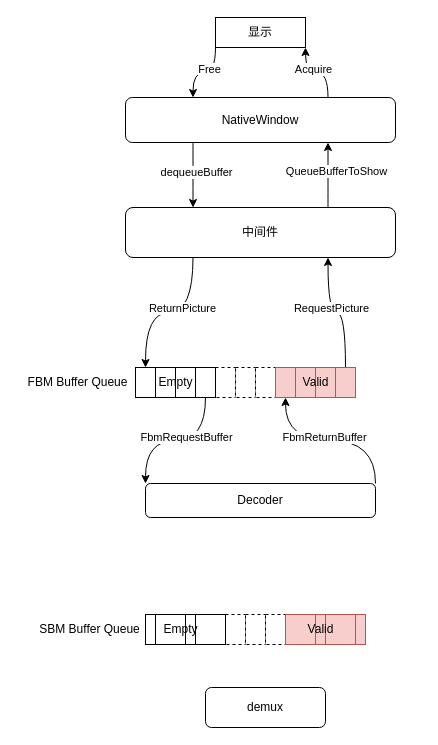
Before: 未命名绘图.drawio in qjzh0603/drawio, a draw.io diagram. Source tidied: cells renumbered, new cells numbered last; positions are measured from the earlier drawing's top-left corner, leaving out a move shared by most shapes. Both pictures are drawn from the tidied source at 100%, with x=0, y=0 at pixel (17, 17).
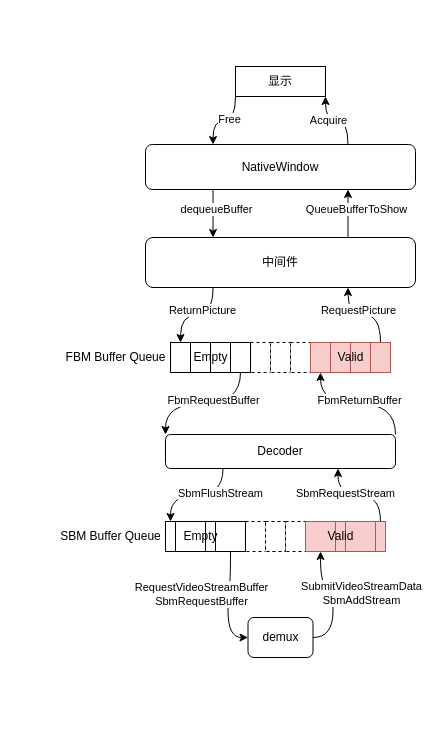
Above is the later version.

Commit message:
多媒体buffer流转图.drawio

The change refers to these unchanged cells:
```xml
<mxCell id="2" style="edgeStyle=orthogonalEdgeStyle;curved=1;rounded=0;jettySize=auto;html=1;exitX=0.75;exitY=0;exitDx=0;exitDy=0;entryX=0.75;entryY=1;entryDx=0;entryDy=0;" parent="1" edge="1" source="6" target="19">
  <mxGeometry relative="1" as="geometry" />
</mxCell>
<mxCell id="4" style="edgeStyle=orthogonalEdgeStyle;curved=1;rounded=0;jettySize=auto;html=1;exitX=0.25;exitY=1;exitDx=0;exitDy=0;entryX=0.5;entryY=0;entryDx=0;entryDy=0;" parent="1" edge="1" source="6" target="29">
  <mxGeometry relative="1" as="geometry" />
</mxCell>
<mxCell id="12" style="edgeStyle=orthogonalEdgeStyle;curved=1;rounded=0;jettySize=auto;html=1;exitX=0;exitY=1;exitDx=0;exitDy=0;entryX=0.25;entryY=0;entryDx=0;entryDy=0;" parent="1" edge="1" source="14" target="19">
  <mxGeometry relative="1" as="geometry" />
</mxCell>
<mxCell id="15" style="edgeStyle=orthogonalEdgeStyle;curved=1;rounded=0;jettySize=auto;html=1;exitX=0.75;exitY=0;exitDx=0;exitDy=0;entryX=1;entryY=1;entryDx=0;entryDy=0;" parent="1" edge="1" source="19" target="14">
  <mxGeometry relative="1" as="geometry" />
</mxCell>
<mxCell id="23" style="rounded=0;whiteSpace=wrap;html=1;shadow=0;comic=0;fillColor=#f8cecc;strokeColor=#b85450;" parent="22" vertex="1">
  <mxGeometry width="20" height="30" as="geometry" />
</mxCell>
<mxCell id="32" style="rounded=0;whiteSpace=wrap;html=1;shadow=0;comic=0;" parent="28" vertex="1">
  <mxGeometry x="60" width="20" height="30" as="geometry" />
</mxCell>
```

What changed in the source:
```diff
@@
     <mxCell id="3" value="QueueBufferToShow" style="edgeLabel;html=1;align=center;verticalAlign=middle;" parent="2" vertex="1">
       <mxGeometry x="0.28" y="-1" relative="1" as="geometry">
-        <mxPoint x="6.5" y="5.7" as="offset" />
+        <mxPoint x="6.5" y="2.1" as="offset" />
       </mxGeometry>
     </mxCell>
@@
     <mxCell id="5" value="ReturnPicture" style="edgeLabel;html=1;align=center;verticalAlign=middle;" parent="4" vertex="1">
       <mxGeometry x="-0.38" y="-11" relative="1" as="geometry">
-        <mxPoint y="1" as="offset" />
+        <mxPoint y="-4.4" as="offset" />
       </mxGeometry>
     </mxCell>
     <mxCell id="6" value="中间件" style="rounded=1;whiteSpace=wrap;html=1;shadow=0;comic=0;" parent="1" vertex="1">
-      <mxGeometry x="108" y="190" width="270" height="50" as="geometry" />
+      <mxGeometry x="128" y="220" width="270" height="50" as="geometry" />
     </mxCell>
-    <mxCell id="7" style="rounded=0;whiteSpace=wrap;html=1;shadow=0;comic=0;dashed=1;" parent="1" vertex="1">
-      <mxGeometry x="198" y="350" width="20" height="30" as="geometry" />
-    </mxCell>
-    <mxCell id="8" style="rounded=0;whiteSpace=wrap;html=1;shadow=0;comic=0;dashed=1;" parent="1" vertex="1">
-      <mxGeometry x="218" y="350" width="20" height="30" as="geometry" />
-    </mxCell>
-    <mxCell id="9" style="rounded=0;whiteSpace=wrap;html=1;shadow=0;comic=0;dashed=1;" parent="1" vertex="1">
-      <mxGeometry x="238" y="350" width="20" height="30" as="geometry" />
-    </mxCell>
@@
     <mxCell id="13" value="Free" style="edgeLabel;html=1;align=center;verticalAlign=middle;" parent="12" vertex="1">
       <mxGeometry x="-0.42" y="3" relative="1" as="geometry">
-        <mxPoint x="-10" as="offset" />
+        <mxPoint x="-10" y="2.7" as="offset" />
       </mxGeometry>
     </mxCell>
     <mxCell id="14" value="显示" style="rounded=0;whiteSpace=wrap;html=1;shadow=0;comic=0;" parent="1" vertex="1">
-      <mxGeometry x="198" width="90" height="30" as="geometry" />
+      <mxGeometry x="218" y="49" width="90" height="30" as="geometry" />
     </mxCell>
@@
     <mxCell id="16" value="Acquire" style="edgeLabel;html=1;align=center;verticalAlign=middle;" parent="15" vertex="1">
       <mxGeometry x="-0.33" y="-5" relative="1" as="geometry">
-        <mxPoint x="-20" y="-4.3" as="offset" />
+        <mxPoint x="-20" y="4.7" as="offset" />
       </mxGeometry>
     </mxCell>
@@
     <mxCell id="19" value="NativeWindow" style="rounded=1;whiteSpace=wrap;html=1;shadow=0;comic=0;" parent="1" vertex="1">
-      <mxGeometry x="108" y="80" width="270" height="45" as="geometry" />
+      <mxGeometry x="128" y="127" width="270" height="45" as="geometry" />
     </mxCell>
+    <mxCell id="34" value="FBM Buffer Queue" style="text;html=1;align=center;verticalAlign=middle;" parent="1" vertex="1">
+      <mxGeometry x="38" y="330" width="120" height="20" as="geometry" />
+    </mxCell>
+    <mxCell id="35" style="edgeStyle=orthogonalEdgeStyle;curved=1;rounded=0;jettySize=auto;html=1;exitX=1;exitY=0;exitDx=0;exitDy=0;entryX=0.5;entryY=1;entryDx=0;entryDy=0;" parent="1" edge="1" source="37" target="23">
+      <mxGeometry relative="1" as="geometry" />
+    </mxCell>
+    <mxCell id="36" value="FbmReturnBuffer" style="edgeLabel;html=1;align=center;verticalAlign=middle;" parent="35" vertex="1">
+      <mxGeometry x="0.36" y="-4" relative="1" as="geometry">
+        <mxPoint x="25" as="offset" />
+      </mxGeometry>
+    </mxCell>
+    <mxCell id="55" style="edgeStyle=orthogonalEdgeStyle;curved=1;rounded=0;jettySize=auto;html=1;exitX=0.25;exitY=1;exitDx=0;exitDy=0;entryX=0.5;entryY=0;entryDx=0;entryDy=0;" parent="1" edge="1" source="37" target="44">
+      <mxGeometry relative="1" as="geometry" />
+    </mxCell>
+    <mxCell id="56" value="SbmFlushStream" style="edgeLabel;html=1;align=center;verticalAlign=middle;" parent="55" vertex="1">
+      <mxGeometry x="-0.44" y="-14" relative="1" as="geometry">
+        <mxPoint y="12" as="offset" />
+      </mxGeometry>
+    </mxCell>
+    <mxCell id="37" value="Decoder" style="rounded=1;whiteSpace=wrap;html=1;shadow=0;comic=0;" parent="1" vertex="1">
+      <mxGeometry x="148" y="417" width="230" height="34" as="geometry" />
+    </mxCell>
+    <mxCell id="38" style="edgeStyle=orthogonalEdgeStyle;curved=1;rounded=0;jettySize=auto;html=1;exitX=0.5;exitY=1;exitDx=0;exitDy=0;entryX=0;entryY=0;entryDx=0;entryDy=0;" parent="1" edge="1" source="32" target="37">
+      <mxGeometry relative="1" as="geometry" />
+    </mxCell>
+    <mxCell id="39" value="FbmRequestBuffer" style="edgeLabel;html=1;align=center;verticalAlign=middle;" parent="38" vertex="1">
+      <mxGeometry x="-0.22" y="1" relative="1" as="geometry">
+        <mxPoint x="-6" y="-5" as="offset" />
+      </mxGeometry>
+    </mxCell>
+    <mxCell id="43" value="SBM Buffer Queue" style="text;html=1;align=center;verticalAlign=middle;" parent="1" vertex="1">
+      <mxGeometry x="33" y="509" width="120" height="20" as="geometry" />
+    </mxCell>
+    <mxCell id="57" style="edgeStyle=orthogonalEdgeStyle;curved=1;rounded=0;jettySize=auto;html=1;exitX=0.5;exitY=1;exitDx=0;exitDy=0;entryX=0;entryY=0.5;entryDx=0;entryDy=0;" parent="1" edge="1" source="47" target="54">
+      <mxGeometry relative="1" as="geometry" />
+    </mxCell>
+    <mxCell id="58" value="RequestVideoStreamBuffer&lt;br&gt;SbmRequestBuffer" style="edgeLabel;html=1;align=center;verticalAlign=middle;" parent="57" vertex="1">
+      <mxGeometry x="-0.05" y="1" relative="1" as="geometry">
+        <mxPoint x="-28.5" y="-6.9" as="offset" />
+      </mxGeometry>
+    </mxCell>
+    <mxCell id="59" style="edgeStyle=orthogonalEdgeStyle;curved=1;rounded=0;jettySize=auto;html=1;exitX=0.5;exitY=0;exitDx=0;exitDy=0;entryX=0.75;entryY=1;entryDx=0;entryDy=0;" parent="1" edge="1" source="52" target="37">
+      <mxGeometry relative="1" as="geometry" />
+    </mxCell>
+    <mxCell id="60" value="SbmRequestStream" style="edgeLabel;html=1;align=center;verticalAlign=middle;" parent="59" vertex="1">
+      <mxGeometry x="0.29" y="-2" relative="1" as="geometry" />
+    </mxCell>
+    <mxCell id="61" style="edgeStyle=orthogonalEdgeStyle;curved=1;rounded=0;jettySize=auto;html=1;exitX=1;exitY=0.5;exitDx=0;exitDy=0;entryX=0.5;entryY=1;entryDx=0;entryDy=0;" parent="1" edge="1" source="54" target="49">
+      <mxGeometry relative="1" as="geometry" />
+    </mxCell>
+    <mxCell id="62" value="SubmitVideoStreamData&lt;br&gt;&lt;font style=&quot;font-size: 11px&quot;&gt;SbmAddStream&lt;/font&gt;" style="edgeLabel;html=1;align=center;verticalAlign=middle;" parent="61" vertex="1">
+      <mxGeometry x="0.16" y="6" relative="1" as="geometry">
+        <mxPoint x="33.5" y="4.6" as="offset" />
+      </mxGeometry>
+    </mxCell>
+    <mxCell id="54" value="demux" style="rounded=1;whiteSpace=wrap;html=1;shadow=0;comic=0;" parent="1" vertex="1">
+      <mxGeometry x="230.5" y="600" width="65" height="40" as="geometry" />
+    </mxCell>
+    <mxCell id="63" style="group;" parent="1" vertex="1">
+      <mxGeometry x="153" y="325" width="220" height="30" as="geometry" />
+    </mxCell>
+    <mxCell id="7" style="rounded=0;whiteSpace=wrap;html=1;shadow=0;comic=0;dashed=1;" parent="63" vertex="1">
+      <mxGeometry x="80" width="20" height="30" as="geometry" />
+    </mxCell>
+    <mxCell id="8" style="rounded=0;whiteSpace=wrap;html=1;shadow=0;comic=0;dashed=1;" parent="63" vertex="1">
+      <mxGeometry x="100" width="20" height="30" as="geometry" />
+    </mxCell>
+    <mxCell id="9" style="rounded=0;whiteSpace=wrap;html=1;shadow=0;comic=0;dashed=1;" parent="63" vertex="1">
+      <mxGeometry x="120" width="20" height="30" as="geometry" />
+    </mxCell>
-    <mxCell id="20" style="group;direction=west;" parent="1" vertex="1">
-      <mxGeometry x="258" y="350" width="80" height="30" as="geometry" />
+    <mxCell id="20" style="group;direction=west;" parent="63" vertex="1">
+      <mxGeometry x="140" width="80" height="30" as="geometry" />
     </mxCell>
@@
-    <mxCell id="28" style="group;" parent="1" vertex="1">
-      <mxGeometry x="118" y="350" width="80" height="30" as="geometry" />
+    <mxCell id="28" style="group;" parent="63" vertex="1">
+      <mxGeometry width="80" height="30" as="geometry" />
     </mxCell>
@@
-    <mxCell id="34" value="FBM Buffer Queue" style="text;html=1;align=center;verticalAlign=middle;" parent="1" vertex="1">
-      <mxGeometry y="355" width="120" height="20" as="geometry" />
-    </mxCell>
-    <mxCell id="35" style="edgeStyle=orthogonalEdgeStyle;curved=1;rounded=0;jettySize=auto;html=1;exitX=1;exitY=0;exitDx=0;exitDy=0;entryX=0.5;entryY=1;entryDx=0;entryDy=0;" parent="1" edge="1" source="37" target="23">
-      <mxGeometry relative="1" as="geometry" />
-    </mxCell>
-    <mxCell id="36" value="FbmReturnBuffer" style="edgeLabel;html=1;align=center;verticalAlign=middle;" parent="35" vertex="1">
-      <mxGeometry x="0.36" y="-4" relative="1" as="geometry">
-        <mxPoint x="25" as="offset" />
-      </mxGeometry>
-    </mxCell>
-    <mxCell id="37" value="Decoder" style="rounded=1;whiteSpace=wrap;html=1;shadow=0;comic=0;" parent="1" vertex="1">
-      <mxGeometry x="128" y="466" width="230" height="34" as="geometry" />
-    </mxCell>
-    <mxCell id="38" style="edgeStyle=orthogonalEdgeStyle;curved=1;rounded=0;jettySize=auto;html=1;exitX=0.5;exitY=1;exitDx=0;exitDy=0;entryX=0;entryY=0;entryDx=0;entryDy=0;" parent="1" edge="1" source="32" target="37">
-      <mxGeometry relative="1" as="geometry" />
-    </mxCell>
-    <mxCell id="39" value="FbmRequestBuffer" style="edgeLabel;html=1;align=center;verticalAlign=middle;" parent="38" vertex="1">
-      <mxGeometry x="-0.22" y="1" relative="1" as="geometry">
-        <mxPoint x="-6" y="-5" as="offset" />
-      </mxGeometry>
-    </mxCell>
+    <mxCell id="64" style="group;" parent="1" vertex="1">
+      <mxGeometry x="148" y="504" width="230" height="30" as="geometry" />
+    </mxCell>
+    <mxCell id="65" style="group;" parent="64" vertex="1">
+      <mxGeometry width="230" height="30" as="geometry" />
+    </mxCell>
-    <mxCell id="40" style="rounded=0;whiteSpace=wrap;html=1;shadow=0;comic=0;dashed=1;" parent="1" vertex="1">
-      <mxGeometry x="208" y="597" width="20" height="30" as="geometry" />
+    <mxCell id="40" style="rounded=0;whiteSpace=wrap;html=1;shadow=0;comic=0;dashed=1;" parent="65" vertex="1">
+      <mxGeometry x="80" width="20" height="30" as="geometry" />
     </mxCell>
-    <mxCell id="41" style="rounded=0;whiteSpace=wrap;html=1;shadow=0;comic=0;dashed=1;" parent="1" vertex="1">
-      <mxGeometry x="228" y="597" width="20" height="30" as="geometry" />
+    <mxCell id="41" style="rounded=0;whiteSpace=wrap;html=1;shadow=0;comic=0;dashed=1;" parent="65" vertex="1">
+      <mxGeometry x="100" width="20" height="30" as="geometry" />
     </mxCell>
-    <mxCell id="42" style="rounded=0;whiteSpace=wrap;html=1;shadow=0;comic=0;dashed=1;" parent="1" vertex="1">
-      <mxGeometry x="248" y="597" width="20" height="30" as="geometry" />
+    <mxCell id="42" style="rounded=0;whiteSpace=wrap;html=1;shadow=0;comic=0;dashed=1;" parent="65" vertex="1">
+      <mxGeometry x="120" width="20" height="30" as="geometry" />
     </mxCell>
-    <mxCell id="43" value="SBM Buffer Queue" style="text;html=1;align=center;verticalAlign=middle;" parent="1" vertex="1">
-      <mxGeometry x="12" y="602" width="120" height="20" as="geometry" />
-    </mxCell>
-    <mxCell id="44" style="rounded=0;whiteSpace=wrap;html=1;shadow=0;comic=0;" parent="1" vertex="1">
-      <mxGeometry x="128" y="597" width="10" height="30" as="geometry" />
+    <mxCell id="44" style="rounded=0;whiteSpace=wrap;html=1;shadow=0;comic=0;" parent="65" vertex="1">
+      <mxGeometry width="10" height="30" as="geometry" />
     </mxCell>
-    <mxCell id="45" style="rounded=0;whiteSpace=wrap;html=1;shadow=0;comic=0;" parent="1" vertex="1">
-      <mxGeometry x="138" y="597" width="30" height="30" as="geometry" />
+    <mxCell id="45" style="rounded=0;whiteSpace=wrap;html=1;shadow=0;comic=0;" parent="65" vertex="1">
+      <mxGeometry x="10" width="30" height="30" as="geometry" />
     </mxCell>
-    <mxCell id="46" style="rounded=0;whiteSpace=wrap;html=1;shadow=0;comic=0;" parent="1" vertex="1">
-      <mxGeometry x="168" y="597" width="10" height="30" as="geometry" />
+    <mxCell id="46" style="rounded=0;whiteSpace=wrap;html=1;shadow=0;comic=0;" parent="65" vertex="1">
+      <mxGeometry x="40" width="10" height="30" as="geometry" />
     </mxCell>
-    <mxCell id="47" style="rounded=0;whiteSpace=wrap;html=1;shadow=0;comic=0;" parent="1" vertex="1">
-      <mxGeometry x="178" y="597" width="30" height="30" as="geometry" />
+    <mxCell id="47" style="rounded=0;whiteSpace=wrap;html=1;shadow=0;comic=0;" parent="65" vertex="1">
+      <mxGeometry x="50" width="30" height="30" as="geometry" />
     </mxCell>
-    <mxCell id="48" value="Empty" style="text;html=1;align=center;verticalAlign=middle;" parent="1" vertex="1">
-      <mxGeometry x="138" y="602" width="50" height="20" as="geometry" />
+    <mxCell id="48" value="Empty" style="text;html=1;align=center;verticalAlign=middle;" parent="65" vertex="1">
+      <mxGeometry x="10" y="5" width="50" height="20" as="geometry" />
     </mxCell>
-    <mxCell id="49" style="rounded=0;whiteSpace=wrap;html=1;shadow=0;comic=0;fillColor=#f8cecc;strokeColor=#b85450;" parent="1" vertex="1">
-      <mxGeometry x="268" y="597" width="30" height="30" as="geometry" />
+    <mxCell id="49" style="rounded=0;whiteSpace=wrap;html=1;shadow=0;comic=0;fillColor=#f8cecc;strokeColor=#b85450;" parent="65" vertex="1">
+      <mxGeometry x="140" width="30" height="30" as="geometry" />
     </mxCell>
-    <mxCell id="50" style="rounded=0;whiteSpace=wrap;html=1;shadow=0;comic=0;fillColor=#f8cecc;strokeColor=#b85450;" parent="1" vertex="1">
-      <mxGeometry x="298" y="597" width="10" height="30" as="geometry" />
+    <mxCell id="50" style="rounded=0;whiteSpace=wrap;html=1;shadow=0;comic=0;fillColor=#f8cecc;strokeColor=#b85450;" parent="65" vertex="1">
+      <mxGeometry x="170" width="10" height="30" as="geometry" />
     </mxCell>
-    <mxCell id="51" style="rounded=0;whiteSpace=wrap;html=1;shadow=0;comic=0;fillColor=#f8cecc;strokeColor=#b85450;" parent="1" vertex="1">
-      <mxGeometry x="308" y="597" width="30" height="30" as="geometry" />
+    <mxCell id="51" style="rounded=0;whiteSpace=wrap;html=1;shadow=0;comic=0;fillColor=#f8cecc;strokeColor=#b85450;" parent="65" vertex="1">
+      <mxGeometry x="180" width="30" height="30" as="geometry" />
     </mxCell>
-    <mxCell id="52" style="rounded=0;whiteSpace=wrap;html=1;shadow=0;comic=0;fillColor=#f8cecc;strokeColor=#b85450;" parent="1" vertex="1">
-      <mxGeometry x="338" y="597" width="10" height="30" as="geometry" />
+    <mxCell id="52" style="rounded=0;whiteSpace=wrap;html=1;shadow=0;comic=0;fillColor=#f8cecc;strokeColor=#b85450;" parent="65" vertex="1">
+      <mxGeometry x="210" width="10" height="30" as="geometry" />
     </mxCell>
-    <mxCell id="53" value="Valid" style="text;html=1;align=center;verticalAlign=middle;fillColor=none;strokeColor=none;rounded=0;shadow=0;dashed=1;comic=0;" parent="1" vertex="1">
-      <mxGeometry x="283" y="602" width="40" height="20" as="geometry" />
+    <mxCell id="53" value="Valid" style="text;html=1;align=center;verticalAlign=middle;fillColor=none;strokeColor=none;rounded=0;shadow=0;dashed=1;comic=0;" parent="65" vertex="1">
+      <mxGeometry x="155" y="5" width="40" height="20" as="geometry" />
     </mxCell>
-    <mxCell id="54" value="demux" style="rounded=1;whiteSpace=wrap;html=1;shadow=0;comic=0;" parent="1" vertex="1">
-      <mxGeometry x="188" y="670" width="120" height="40" as="geometry" />
-    </mxCell>
+    <mxCell id="66" style="rounded=0;whiteSpace=wrap;html=1;shadow=0;comic=0;dashed=1;" parent="65" vertex="1">
+      <mxGeometry x="100" width="20" height="30" as="geometry" />
+    </mxCell>
```
